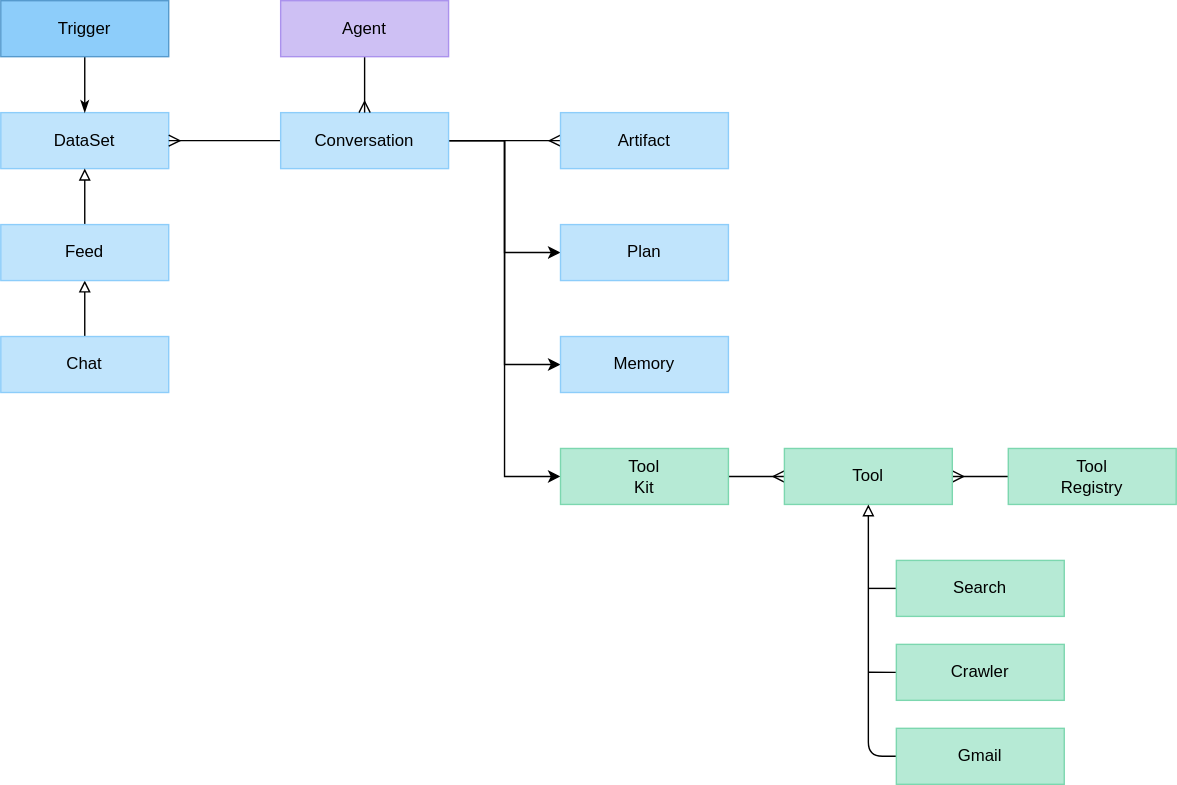
Before: packages/core/assistant/docs/ontology.draw.io.svg, a diagram exported from draw.io (dxos/dxos). Source tidied: cells renumbered, new cells last; positions are measured from the earlier drawing's top-left corner, leaving out a move shared by most shapes.
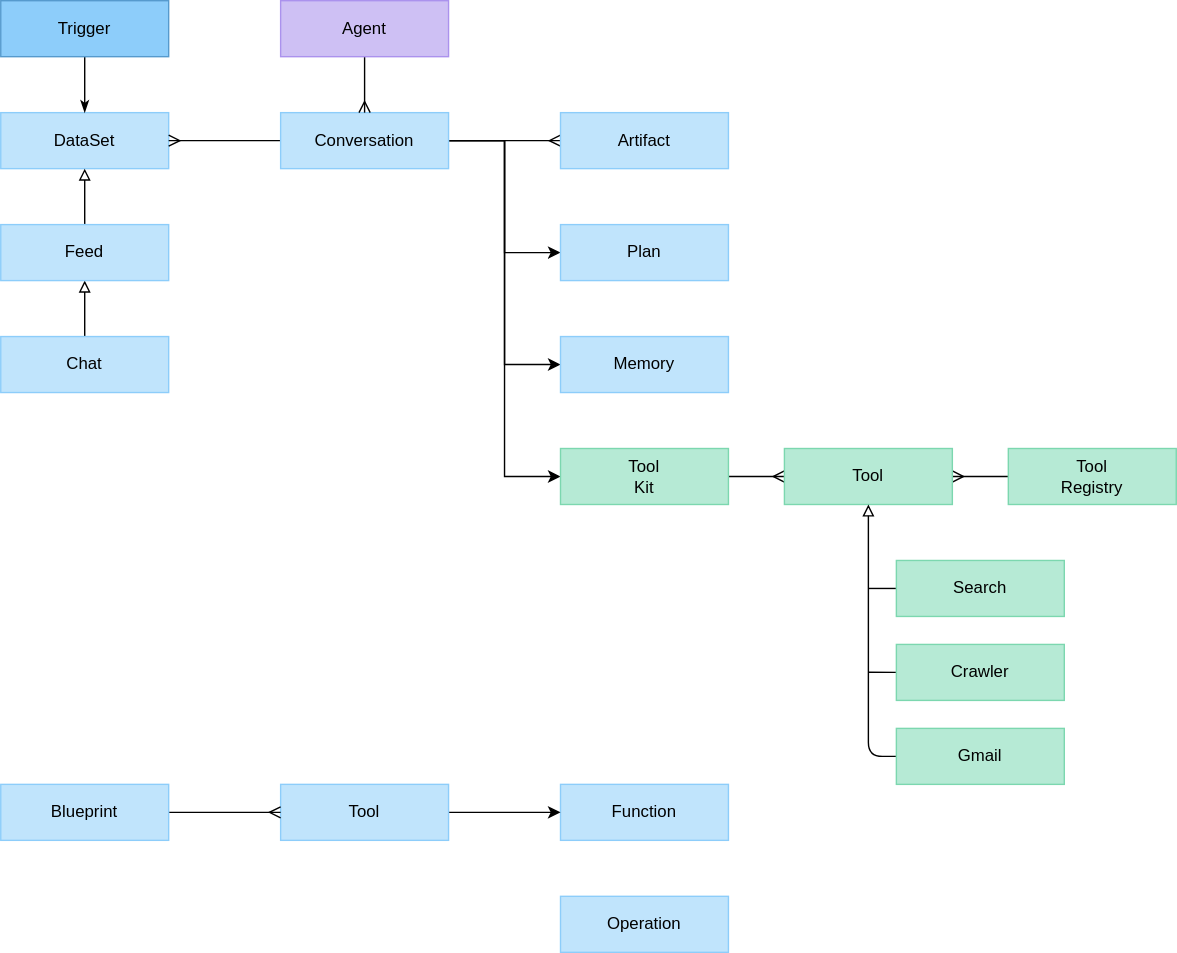
The same file after the commit.

Diff of the diagram source:
```diff
@@ -116,5 +116,23 @@
     <mxCell id="30" value="Gmail" style="rounded=0;whiteSpace=wrap;html=1;fillColor=#B6EAD5;fontColor=#000000;strokeColor=#7CD7AF;" parent="1" vertex="1">
       <mxGeometry x="640" y="520" width="120" height="40" as="geometry" />
     </mxCell>
+    <mxCell id="31" value="Function" style="rounded=0;whiteSpace=wrap;html=1;fillColor=#C0E4FC;fontColor=#000000;strokeColor=#8DCDFA;" parent="1" vertex="1">
+      <mxGeometry x="400" y="560" width="120" height="40" as="geometry" />
+    </mxCell>
+    <mxCell id="32" style="edgeStyle=none;html=1;exitX=1;exitY=0.5;exitDx=0;exitDy=0;endArrow=classic;endFill=1;" parent="1" edge="1" source="33" target="31">
+      <mxGeometry relative="1" as="geometry" />
+    </mxCell>
+    <mxCell id="33" value="Tool" style="rounded=0;whiteSpace=wrap;html=1;fillColor=#C0E4FC;fontColor=#000000;strokeColor=#8DCDFA;" parent="1" vertex="1">
+      <mxGeometry x="200" y="560" width="120" height="40" as="geometry" />
+    </mxCell>
+    <mxCell id="34" value="Operation" style="rounded=0;whiteSpace=wrap;html=1;fillColor=#C0E4FC;fontColor=#000000;strokeColor=#8DCDFA;" parent="1" vertex="1">
+      <mxGeometry x="400" y="640" width="120" height="40" as="geometry" />
+    </mxCell>
+    <mxCell id="35" style="edgeStyle=none;html=1;exitX=1;exitY=0.5;exitDx=0;exitDy=0;endArrow=ERmany;endFill=0;" parent="1" edge="1" source="36" target="33">
+      <mxGeometry relative="1" as="geometry" />
+    </mxCell>
+    <mxCell id="36" value="Blueprint" style="rounded=0;whiteSpace=wrap;html=1;fillColor=#C0E4FC;fontColor=#000000;strokeColor=#8DCDFA;" parent="1" vertex="1">
+      <mxGeometry y="560" width="120" height="40" as="geometry" />
+    </mxCell>
   </root>
 </mxGraphModel>
```
